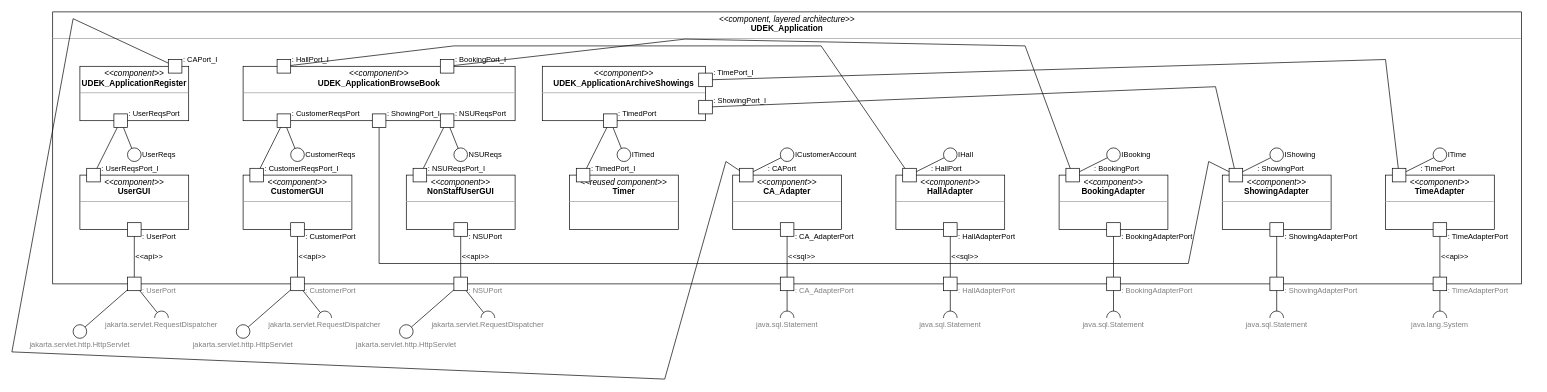
Above: A08_global_architecture.drawio in melvdlin/swtlab (draw.io), before the change. Source tidied: cells renumbered, new cells numbered last; positions are measured from the earlier drawing's top-left corner, leaving out a move shared by most shapes. Both pictures are drawn from the tidied source at 68%, with x=0, y=0 at pixel (12, 12).
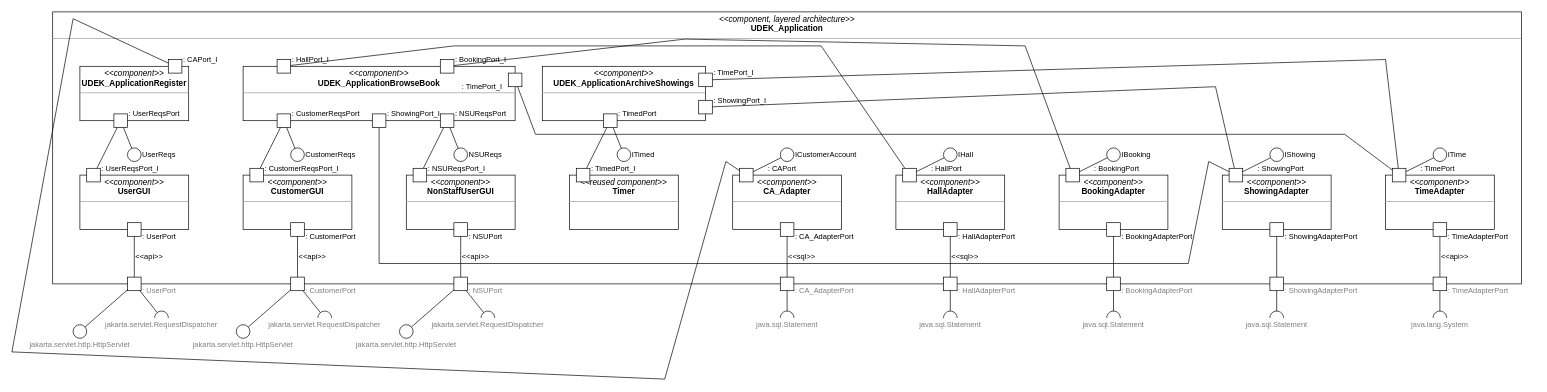
After the change.

Unchanged cells that the change refers to:
```xml
<mxCell id="3" style="group;" parent="1" vertex="1">
  <mxGeometry x="20" y="80" width="2220" height="420" as="geometry" />
</mxCell>
<mxCell id="29" style="whiteSpace=wrap;html=1;points=[];" parent="7" vertex="1">
  <mxGeometry x="1050" y="90" width="20" height="20" as="geometry" />
</mxCell>
<mxCell id="78" style="whiteSpace=wrap;html=1;points=[];" parent="7" vertex="1">
  <mxGeometry x="2010" y="90" width="20" height="20" as="geometry" />
</mxCell>
<mxCell id="162" style="whiteSpace=wrap;html=1;points=[];" parent="1" vertex="1">
  <mxGeometry x="230" y="70" width="20" height="20" as="geometry" />
</mxCell>
```

The edit, as a diff of the source:
```diff
@@
+    <mxCell id="165" style="whiteSpace=wrap;html=1;points=[];" parent="3" vertex="1">
+      <mxGeometry x="710" y="10" width="20" height="20" as="geometry" />
+    </mxCell>
+    <mxCell id="166" style="rounded=0;jettySize=auto;html=1;endArrow=none;endFill=0;" parent="3" edge="1" source="78" target="165">
+      <mxGeometry relative="1" as="geometry">
+        <Array as="points">
+          <mxPoint x="1940" y="100" />
+          <mxPoint x="750" y="100" />
+        </Array>
+      </mxGeometry>
+    </mxCell>
+    <mxCell id="167" value=": TimePort_I" style="text;html=1;strokeColor=none;fillColor=none;align=left;verticalAlign=middle;whiteSpace=wrap;rounded=0;fontFamily=Helvetica;fontSize=11;fontColor=default;" parent="3" vertex="1">
+      <mxGeometry x="640" y="20" width="70" height="20" as="geometry" />
+    </mxCell>
@@
-    <mxCell id="164" style="edgeStyle=none;shape=connector;rounded=0;jettySize=auto;html=1;labelBackgroundColor=default;fontFamily=Helvetica;fontSize=11;fontColor=default;startArrow=none;startFill=0;endArrow=none;endFill=0;endSize=6;strokeColor=default;" parent="1" edge="1" source="29" target="162">
+    <mxCell id="164" style="edgeStyle=none;shape=connector;jettySize=auto;html=1;labelBackgroundColor=default;fontFamily=Helvetica;fontSize=11;fontColor=default;startArrow=none;startFill=0;endArrow=none;endFill=0;endSize=6;strokeColor=default;rounded=0;" parent="1" edge="1" source="29" target="162">
       <mxGeometry relative="1" as="geometry">
         <Array as="points">
           <mxPoint x="1050" y="220" />
           <mxPoint x="960" y="540" />
           <mxPoint y="500" />
           <mxPoint x="90" y="10" />
         </Array>
       </mxGeometry>
     </mxCell>
```
